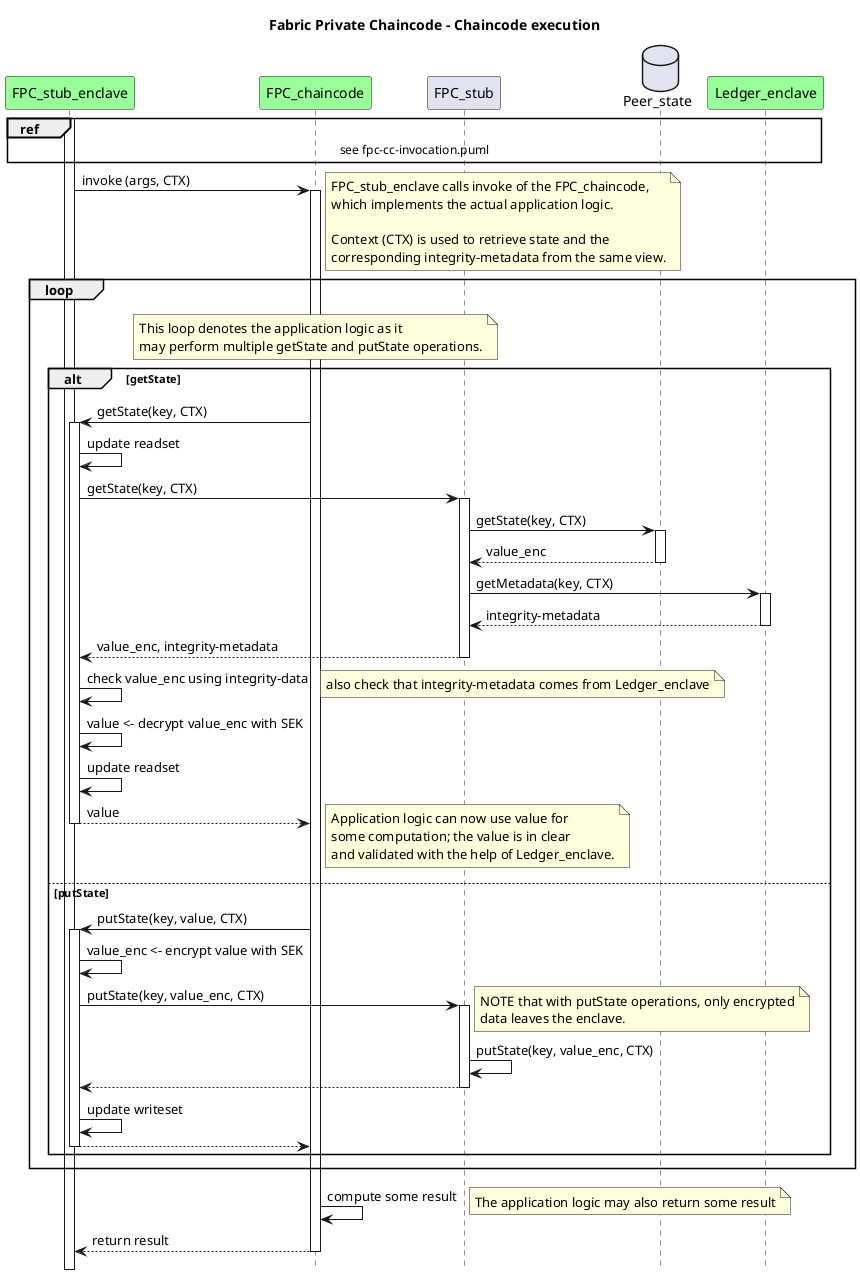
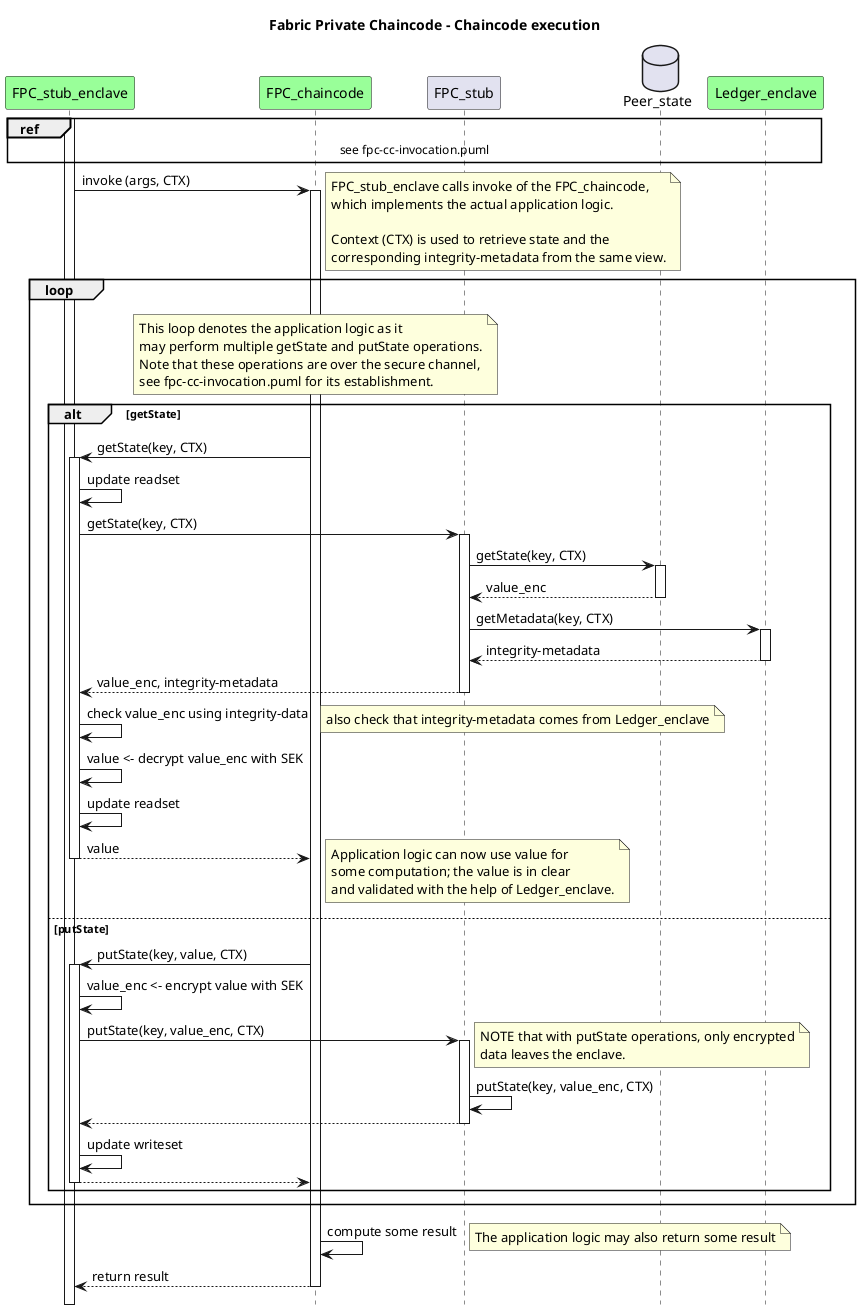
/'
    Copyright 2020 Intel Corporation
    Copyright IBM Corp. All Rights Reserved.

    SPDX-License-Identifier: Apache-2.0
'/

@startuml

'- force wrapping of longer text
'skinparam wrapWidth 400

!pragma teoz true

hide footbox
title Foot Box removed

title Fabric Private Chaincode - Chaincode execution

participant "FPC_stub_enclave" as Enclave1 order 10 #99FF99
participant "FPC_chaincode" as Chaincode order 30 #99FF99

participant "FPC_stub" as ECC1 order 31

database "Peer_state" as storage1 order 40
participant "Ledger_enclave" as TLCC1 order 41 #99FF99

activate Enclave1

ref over Enclave1, TLCC1
    see fpc-cc-invocation.puml
end


Enclave1 -> Chaincode : invoke (args, CTX)
activate Chaincode
note right
    FPC_stub_enclave calls invoke of the FPC_chaincode,
    which implements the actual application logic.

    Context (CTX) is used to retrieve state and the
    corresponding integrity-metadata from the same view.
end note

loop
  note over Chaincode
    This loop denotes the application logic as it
    may perform multiple getState and putState operations.
+     Note that these operations are over the secure channel,
+     see fpc-cc-invocation.puml for its establishment.
  end note

  alt getState
    Chaincode -> Enclave1 ++ : getState(key, CTX)
    Enclave1 -> Enclave1 : update readset
    Enclave1 -> ECC1 ++ : getState(key, CTX)
    ECC1 -> storage1 ++ : getState(key, CTX)
    return value_enc
    ECC1 -> TLCC1 ++ : getMetadata(key, CTX)
    return integrity-metadata
    return value_enc, integrity-metadata
    Enclave1 -> Enclave1 : check value_enc using integrity-data

    note right: also check that integrity-metadata comes from Ledger_enclave
    Enclave1 -> Enclave1 : value <- decrypt value_enc with SEK
    Enclave1 -> Enclave1 : update readset
    return value
    note right
        Application logic can now use value for
        some computation; the value is in clear
        and validated with the help of Ledger_enclave.
    end note


  else putState
    Chaincode -> Enclave1 ++ : putState(key, value, CTX)
    Enclave1 -> Enclave1 : value_enc <- encrypt value with SEK
    Enclave1 -> ECC1 ++: putState(key, value_enc, CTX)
    note right
        NOTE that with putState operations, only encrypted
        data leaves the enclave.
    end note
    ECC1 -> ECC1 : putState(key, value_enc, CTX)
    return

    Enclave1 -> Enclave1 : update writeset
    return

  end
end

Chaincode -> Chaincode : compute some result
note right
    The application logic may also return some result
end note

Chaincode --> Enclave1 : return result
deactivate Chaincode

@enduml
